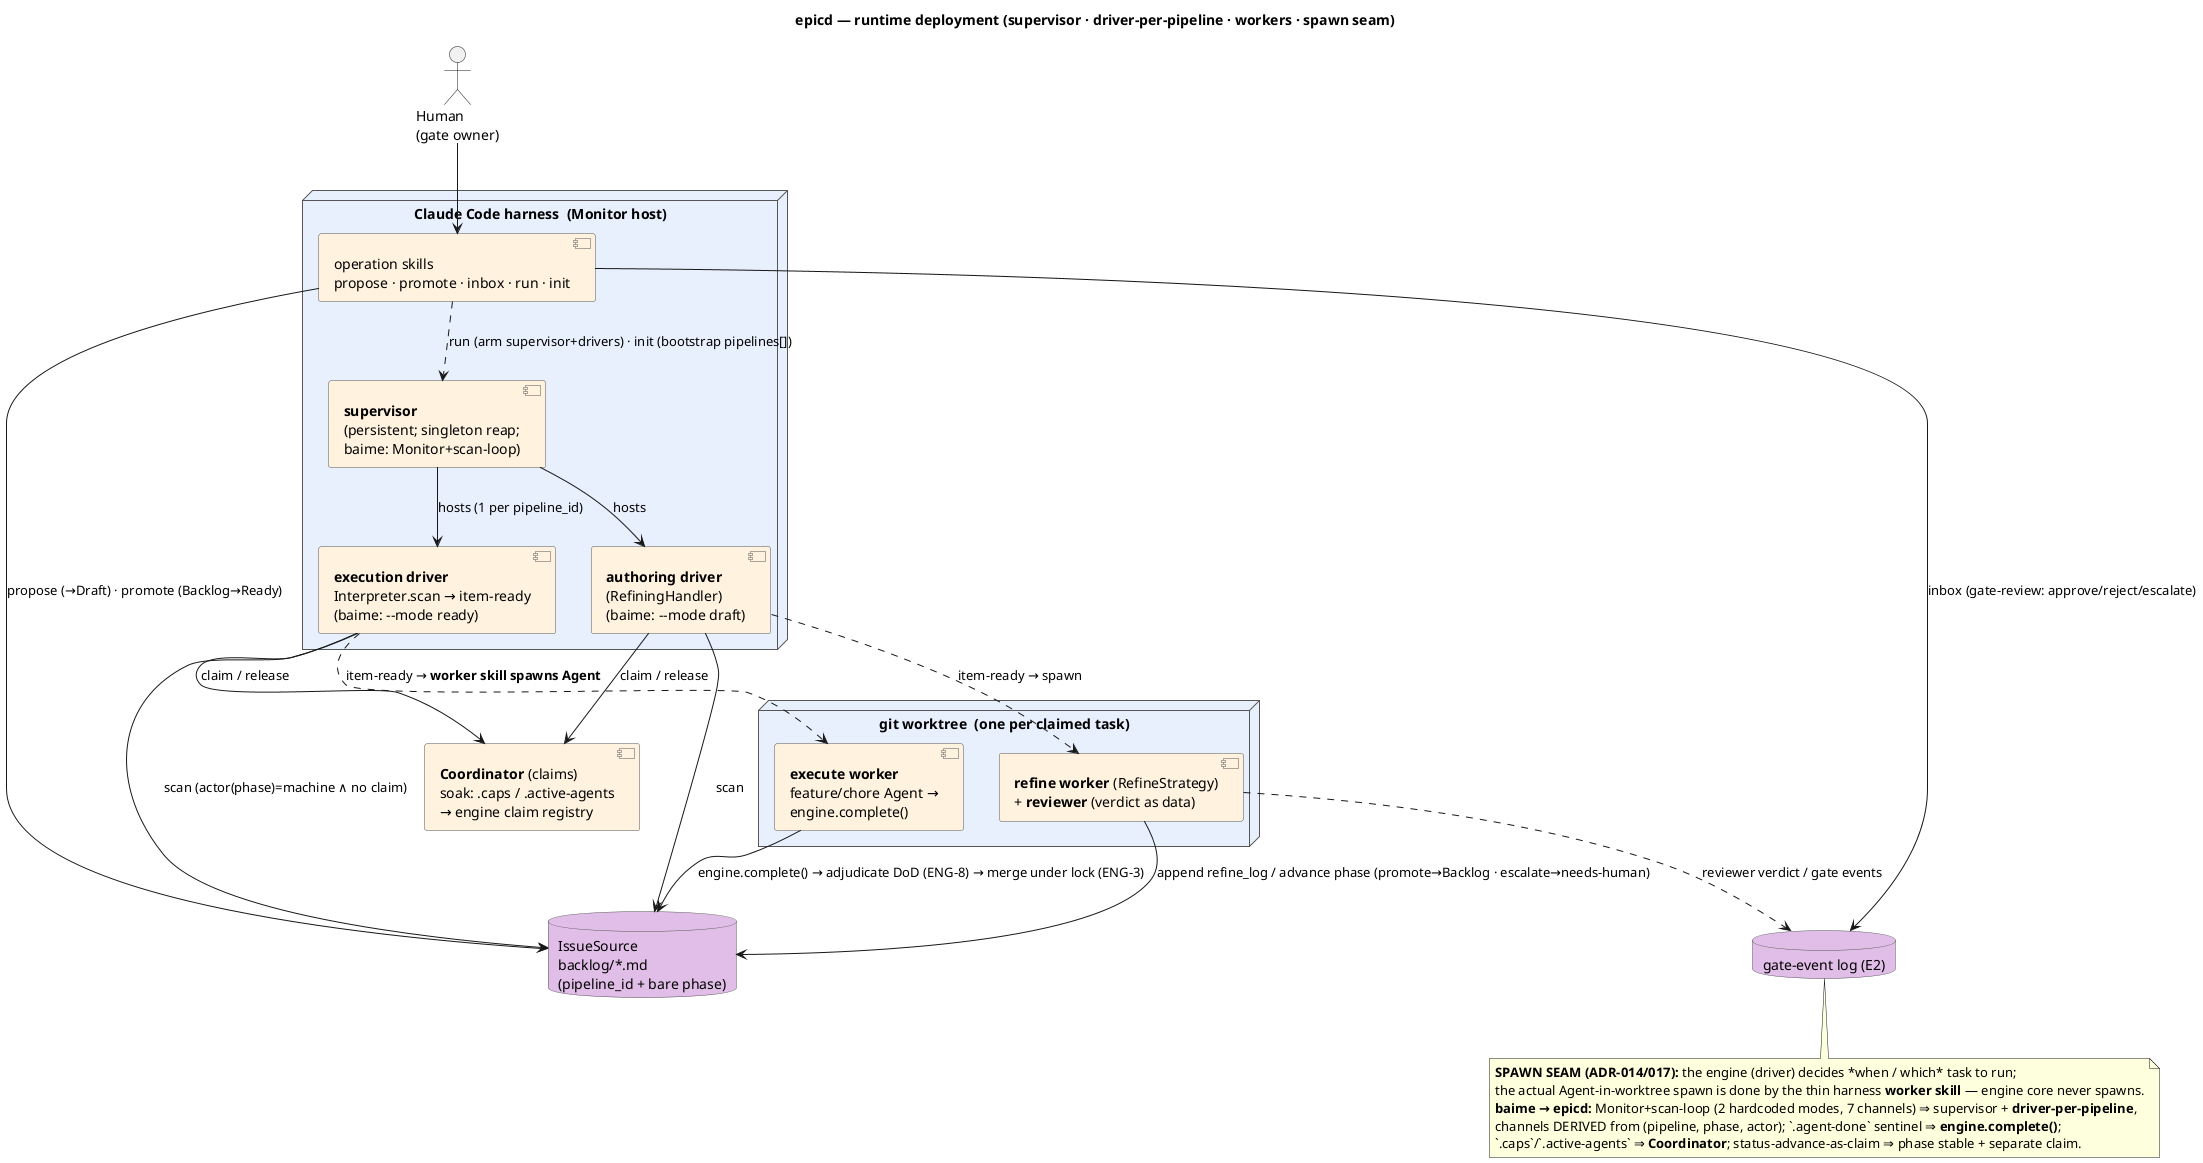
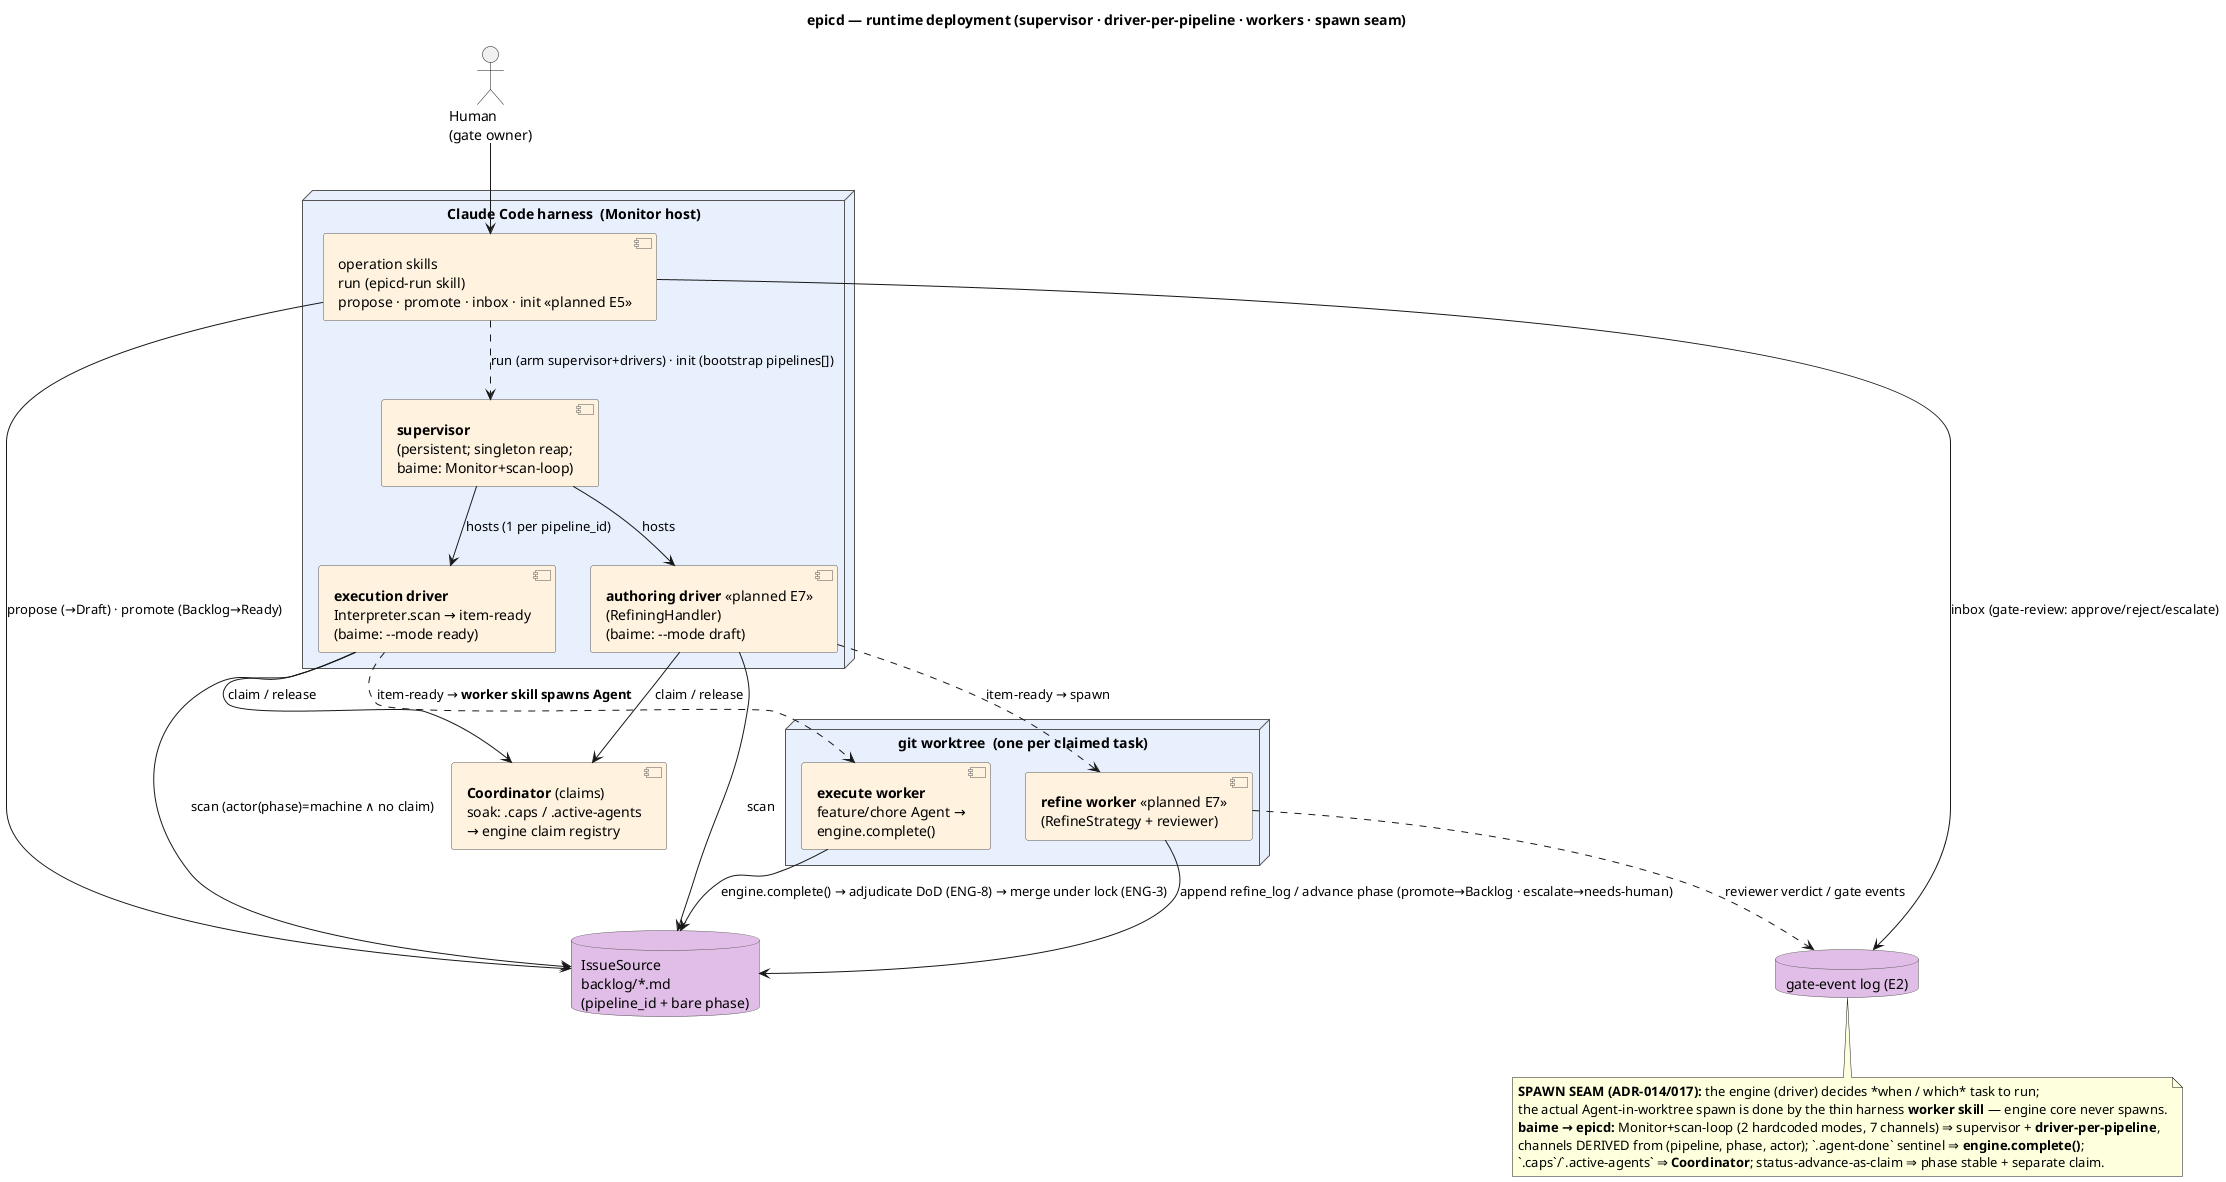
@startuml epicd-runtime-deployment
' epicd — RUNTIME deployment: supervisor · per-pipeline drivers · workers (the "monitor" side).
' Companion to the class diagrams (which stop at the interface layer). Shows how the
' Claude Code plugin (E5 skills) + engine run at runtime, and the baime→epicd correspondence.
' Grounded in: execution-class.puml, authoring-refine-class.puml, human-operations-activity.puml,
' and baime's scan-loop.js / Monitor / .caps / .active-agents (reference implementation).

skinparam backgroundColor #FFFFFF
skinparam shadowing false
skinparam node {
  BorderColor #555555
  BackgroundColor #E8F0FE
}
skinparam component {
  BorderColor #555555
  BackgroundColor #FFF3E0
}
skinparam database {
  BorderColor #555555
  BackgroundColor #E1BEE7
}

title epicd — runtime deployment (supervisor · driver-per-pipeline · workers · spawn seam)

actor "Human\n(gate owner)" as Human

node "Claude Code harness  (Monitor host)" as Harness {
  component "**supervisor**\n(persistent; singleton reap;\nbaime: Monitor+scan-loop)" as Sup
  component "**execution driver**\nInterpreter.scan → item-ready\n(baime: --mode ready)" as ExecD
-   component "**authoring driver**\n(RefiningHandler)\n(baime: --mode draft)" as AuthD
-   component "operation skills\npropose · promote · inbox · run · init" as Ops
+   component "**authoring driver** <<planned E7>>\n(RefiningHandler)\n(baime: --mode draft)" as AuthD
+   component "operation skills\nrun (epicd-run skill)\npropose · promote · inbox · init <<planned E5>>" as Ops
  Sup --> ExecD : hosts (1 per pipeline_id)
  Sup --> AuthD : hosts
}

node "git worktree  (one per claimed task)" as WT {
  component "**execute worker**\nfeature/chore Agent →\nengine.complete()" as ExecW
-   component "**refine worker** (RefineStrategy)\n+ **reviewer** (verdict as data)" as RefW
+   component "**refine worker** <<planned E7>>\n(RefineStrategy + reviewer)" as RefW
}

database "IssueSource\nbacklog/*.md\n(pipeline_id + bare phase)" as Src
component "**Coordinator** (claims)\nsoak: .caps / .active-agents\n→ engine claim registry" as Coord
database "gate-event log (E2)" as GEL

' --- drivers: scan + dispatch + the SPAWN SEAM ---
ExecD --> Src : scan (actor(phase)=machine ∧ no claim)
AuthD --> Src : scan
ExecD ..> ExecW : item-ready → **worker skill spawns Agent**
AuthD ..> RefW  : item-ready → spawn
ExecD --> Coord : claim / release
AuthD --> Coord : claim / release

' --- worker completion (engine-owned tail; worker may NOT self-write done) ---
ExecW --> Src : engine.complete() → adjudicate DoD (ENG-8) → merge under lock (ENG-3)
RefW  --> Src : append refine_log / advance phase (promote→Backlog · escalate→needs-human)
RefW  ..> GEL : reviewer verdict / gate events

' --- human operations (act only on actor=human rows) ---
Human --> Ops
Ops --> Src : propose (→Draft) · promote (Backlog→Ready)
Ops --> GEL : inbox (gate-review: approve/reject/escalate)
Ops ..> Sup : run (arm supervisor+drivers) · init (bootstrap pipelines[])

note bottom
  **SPAWN SEAM (ADR-014/017):** the engine (driver) decides *when / which* task to run;
  the actual Agent-in-worktree spawn is done by the thin harness **worker skill** — engine core never spawns.
  **baime → epicd:** Monitor+scan-loop (2 hardcoded modes, 7 channels) ⇒ supervisor + **driver-per-pipeline**,
  channels DERIVED from (pipeline, phase, actor); `.agent-done` sentinel ⇒ **engine.complete()**;
  `.caps`/`.active-agents` ⇒ **Coordinator**; status-advance-as-claim ⇒ phase stable + separate claim.
end note
@enduml
